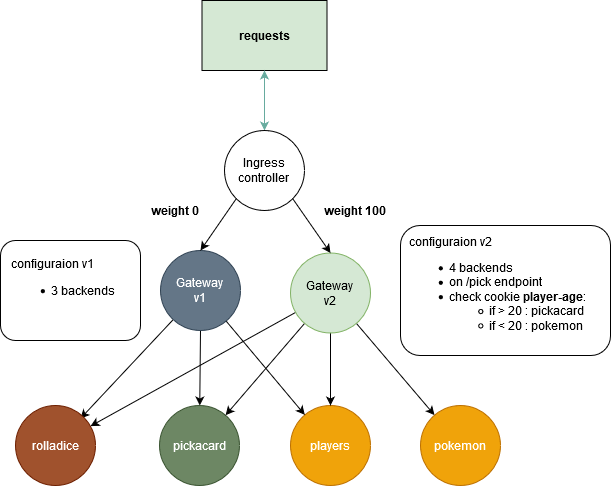
This is images/ab_testing.png from ericgarrigues/casino, a draw.io export, as it was before one commit. Source tidied: cells renumbered, new cells last; positions are measured from the earlier drawing's top-left corner, leaving out a move shared by most shapes. The source it was exported from:
```xml
<mxGraphModel>
  <root>
    <mxCell id="0" />
    <mxCell id="1" parent="0" />
    <mxCell id="2" style="edgeStyle=none;rounded=0;jettySize=auto;html=1;startArrow=none;startFill=0;endArrow=classic;endFill=1;" parent="1" edge="1" source="5">
      <mxGeometry relative="1" as="geometry">
        <mxPoint x="80" y="418" as="targetPoint" />
      </mxGeometry>
    </mxCell>
    <mxCell id="3" style="edgeStyle=none;rounded=0;jettySize=auto;html=1;startArrow=none;startFill=0;endArrow=classic;endFill=1;" parent="1" edge="1" source="5" target="10">
      <mxGeometry relative="1" as="geometry" />
    </mxCell>
    <mxCell id="4" style="edgeStyle=none;rounded=0;jettySize=auto;html=1;startArrow=none;startFill=0;endArrow=classic;endFill=1;" parent="1" edge="1" source="5" target="11">
      <mxGeometry relative="1" as="geometry" />
    </mxCell>
    <mxCell id="5" value="&lt;div&gt;Gateway &lt;br&gt;&lt;/div&gt;&lt;div&gt;v1&lt;/div&gt;" style="ellipse;whiteSpace=wrap;html=1;fontStyle=0;fillColor=#647687;strokeColor=#314354;fontColor=#ffffff;" parent="1" vertex="1">
      <mxGeometry x="160" y="250" width="80" height="80" as="geometry" />
    </mxCell>
    <mxCell id="6" value="requests" style="rounded=0;whiteSpace=wrap;html=1;fillColor=#d5e8d4;fontStyle=1;" parent="1" vertex="1">
      <mxGeometry x="201.5" width="125" height="70" as="geometry" />
    </mxCell>
    <mxCell id="7" style="endArrow=classic;html=1;startArrow=classic;startFill=1;fillColor=#cdeb8b;strokeColor=#67AB9F;" parent="1" edge="1" source="6" target="9">
      <mxGeometry relative="1" as="geometry" />
    </mxCell>
    <mxCell id="8" value="&lt;div&gt;rolladice&lt;/div&gt;" style="ellipse;whiteSpace=wrap;html=1;fillColor=#a0522d;strokeColor=#6D1F00;fontColor=#ffffff;" parent="1" vertex="1">
      <mxGeometry x="15" y="405" width="80" height="80" as="geometry" />
    </mxCell>
    <mxCell id="9" value="&lt;div&gt;Ingress&lt;/div&gt;&lt;div&gt;controller&lt;br&gt;&lt;/div&gt;" style="ellipse;whiteSpace=wrap;html=1;fontStyle=0;" parent="1" vertex="1">
      <mxGeometry x="224" y="130" width="80" height="80" as="geometry" />
    </mxCell>
    <mxCell id="10" value="pickacard" style="ellipse;whiteSpace=wrap;html=1;fillColor=#6d8764;strokeColor=#3A5431;fontColor=#ffffff;" parent="1" vertex="1">
      <mxGeometry x="159" y="405" width="80" height="80" as="geometry" />
    </mxCell>
    <mxCell id="11" value="&lt;div&gt;players&lt;/div&gt;" style="ellipse;whiteSpace=wrap;html=1;fillColor=#f0a30a;strokeColor=#BD7000;fontColor=#ffffff;" parent="1" vertex="1">
      <mxGeometry x="290" y="405" width="80" height="80" as="geometry" />
    </mxCell>
    <mxCell id="12" style="edgeStyle=none;rounded=0;jettySize=auto;html=1;startArrow=none;startFill=0;endArrow=classic;endFill=1;" parent="1" edge="1" source="16" target="11">
      <mxGeometry relative="1" as="geometry" />
    </mxCell>
    <mxCell id="13" style="edgeStyle=none;rounded=0;jettySize=auto;html=1;startArrow=none;startFill=0;endArrow=classic;endFill=1;" parent="1" edge="1" source="16" target="25">
      <mxGeometry relative="1" as="geometry" />
    </mxCell>
    <mxCell id="14" style="edgeStyle=none;rounded=0;jettySize=auto;html=1;startArrow=none;startFill=0;endArrow=classic;endFill=1;" parent="1" edge="1" source="16" target="8">
      <mxGeometry relative="1" as="geometry" />
    </mxCell>
    <mxCell id="15" style="edgeStyle=none;rounded=0;jettySize=auto;html=1;startArrow=none;startFill=0;endArrow=classic;endFill=1;" parent="1" edge="1" source="16" target="10">
      <mxGeometry relative="1" as="geometry" />
    </mxCell>
    <mxCell id="16" value="&lt;div&gt;Gateway &lt;br&gt;&lt;/div&gt;&lt;div&gt;v2&lt;/div&gt;" style="ellipse;whiteSpace=wrap;html=1;fontStyle=0;fillColor=#d5e8d4;strokeColor=#82b366;" parent="1" vertex="1">
      <mxGeometry x="290" y="252.5" width="80" height="80" as="geometry" />
    </mxCell>
    <mxCell id="17" style="endArrow=classic;html=1;exitX=0;exitY=1;exitDx=0;exitDy=0;entryX=0.5;entryY=0;entryDx=0;entryDy=0;" parent="1" edge="1" source="9" target="5">
      <mxGeometry relative="1" as="geometry" />
    </mxCell>
    <mxCell id="18" style="endArrow=classic;html=1;entryX=0.5;entryY=0;entryDx=0;entryDy=0;exitX=1;exitY=1;exitDx=0;exitDy=0;" parent="1" edge="1" source="9" target="16">
      <mxGeometry relative="1" as="geometry" />
    </mxCell>
    <mxCell id="19" value="&lt;div align=&quot;left&quot;&gt;&lt;br&gt;&lt;/div&gt;" style="rounded=1;whiteSpace=wrap;html=1;" parent="1" vertex="1">
      <mxGeometry y="240" width="140" height="100" as="geometry" />
    </mxCell>
    <mxCell id="20" value="&lt;div&gt;configuraion v1&lt;/div&gt;&lt;div&gt;&lt;ul&gt;&lt;li&gt;3 backends&lt;/li&gt;&lt;/ul&gt;&lt;/div&gt;" style="text;html=1;strokeColor=none;fillColor=none;align=left;verticalAlign=middle;whiteSpace=wrap;rounded=0;" parent="1" vertex="1">
      <mxGeometry x="8.5" y="240" width="123" height="85" as="geometry" />
    </mxCell>
    <mxCell id="21" value="&lt;div align=&quot;left&quot;&gt;&lt;br&gt;&lt;/div&gt;" style="rounded=1;whiteSpace=wrap;html=1;" parent="1" vertex="1">
      <mxGeometry x="400" y="225" width="210" height="130" as="geometry" />
    </mxCell>
    <mxCell id="22" value="&lt;div&gt;configuraion v2&lt;/div&gt;&lt;div&gt;&lt;ul&gt;&lt;li&gt;4 backends&lt;/li&gt;&lt;li&gt;on /pick endpoint&lt;br&gt;&lt;/li&gt;&lt;li&gt;check cookie &lt;b&gt;player-age&lt;/b&gt;:&lt;/li&gt;&lt;ul&gt;&lt;li&gt;if &amp;gt; 20 : pickacard&lt;/li&gt;&lt;li&gt;if &amp;lt; 20 : pokemon&lt;br&gt;&lt;/li&gt;&lt;/ul&gt;&lt;/ul&gt;&lt;/div&gt;" style="text;html=1;strokeColor=none;fillColor=none;align=left;verticalAlign=middle;whiteSpace=wrap;rounded=0;" parent="1" vertex="1">
      <mxGeometry x="407" y="232.5" width="193" height="112.5" as="geometry" />
    </mxCell>
    <mxCell id="23" value="weight 0" style="text;html=1;strokeColor=none;fillColor=none;align=center;verticalAlign=middle;whiteSpace=wrap;rounded=0;fontStyle=1;" parent="1" vertex="1">
      <mxGeometry x="140" y="200" width="70" height="20" as="geometry" />
    </mxCell>
    <mxCell id="24" value="weight 100" style="text;html=1;strokeColor=none;fillColor=none;align=center;verticalAlign=middle;whiteSpace=wrap;rounded=0;fontStyle=1;" parent="1" vertex="1">
      <mxGeometry x="320" y="200" width="70" height="20" as="geometry" />
    </mxCell>
    <mxCell id="25" value="pokemon" style="ellipse;whiteSpace=wrap;html=1;fillColor=#f0a30a;strokeColor=#BD7000;fontColor=#ffffff;" parent="1" vertex="1">
      <mxGeometry x="420" y="405" width="80" height="80" as="geometry" />
    </mxCell>
  </root>
</mxGraphModel>
```
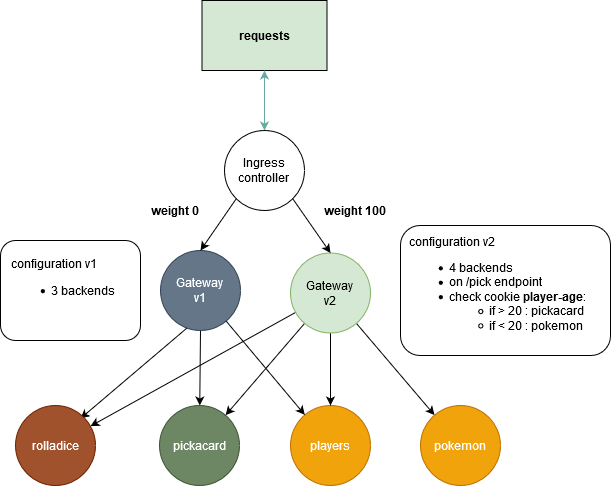
Above is the later version.

Change to the diagram source:
```diff
@@ -2,7 +2,7 @@
   <root>
     <mxCell id="0" />
     <mxCell id="1" parent="0" />
-    <mxCell id="2" style="edgeStyle=none;rounded=0;jettySize=auto;html=1;startArrow=none;startFill=0;endArrow=classic;endFill=1;" parent="1" edge="1" source="5">
+    <mxCell id="2" style="edgeStyle=none;rounded=0;jettySize=auto;html=1;exitX=0.338;exitY=0.963;exitDx=0;exitDy=0;startArrow=none;startFill=0;endArrow=classic;endFill=1;exitPerimeter=0;" parent="1" edge="1" source="5">
       <mxGeometry relative="1" as="geometry">
         <mxPoint x="80" y="418" as="targetPoint" />
       </mxGeometry>
@@ -58,13 +58,13 @@
     <mxCell id="19" value="&lt;div align=&quot;left&quot;&gt;&lt;br&gt;&lt;/div&gt;" style="rounded=1;whiteSpace=wrap;html=1;" parent="1" vertex="1">
       <mxGeometry y="240" width="140" height="100" as="geometry" />
     </mxCell>
-    <mxCell id="20" value="&lt;div&gt;configuraion v1&lt;/div&gt;&lt;div&gt;&lt;ul&gt;&lt;li&gt;3 backends&lt;/li&gt;&lt;/ul&gt;&lt;/div&gt;" style="text;html=1;strokeColor=none;fillColor=none;align=left;verticalAlign=middle;whiteSpace=wrap;rounded=0;" parent="1" vertex="1">
+    <mxCell id="20" value="&lt;div&gt;configuration v1&lt;/div&gt;&lt;div&gt;&lt;ul&gt;&lt;li&gt;3 backends&lt;/li&gt;&lt;/ul&gt;&lt;/div&gt;" style="text;html=1;strokeColor=none;fillColor=none;align=left;verticalAlign=middle;whiteSpace=wrap;rounded=0;" parent="1" vertex="1">
       <mxGeometry x="8.5" y="240" width="123" height="85" as="geometry" />
     </mxCell>
     <mxCell id="21" value="&lt;div align=&quot;left&quot;&gt;&lt;br&gt;&lt;/div&gt;" style="rounded=1;whiteSpace=wrap;html=1;" parent="1" vertex="1">
       <mxGeometry x="400" y="225" width="210" height="130" as="geometry" />
     </mxCell>
-    <mxCell id="22" value="&lt;div&gt;configuraion v2&lt;/div&gt;&lt;div&gt;&lt;ul&gt;&lt;li&gt;4 backends&lt;/li&gt;&lt;li&gt;on /pick endpoint&lt;br&gt;&lt;/li&gt;&lt;li&gt;check cookie &lt;b&gt;player-age&lt;/b&gt;:&lt;/li&gt;&lt;ul&gt;&lt;li&gt;if &amp;gt; 20 : pickacard&lt;/li&gt;&lt;li&gt;if &amp;lt; 20 : pokemon&lt;br&gt;&lt;/li&gt;&lt;/ul&gt;&lt;/ul&gt;&lt;/div&gt;" style="text;html=1;strokeColor=none;fillColor=none;align=left;verticalAlign=middle;whiteSpace=wrap;rounded=0;" parent="1" vertex="1">
+    <mxCell id="22" value="&lt;div&gt;configuration v2&lt;/div&gt;&lt;div&gt;&lt;ul&gt;&lt;li&gt;4 backends&lt;/li&gt;&lt;li&gt;on /pick endpoint&lt;br&gt;&lt;/li&gt;&lt;li&gt;check cookie &lt;b&gt;player-age&lt;/b&gt;:&lt;/li&gt;&lt;ul&gt;&lt;li&gt;if &amp;gt; 20 : pickacard&lt;/li&gt;&lt;li&gt;if &amp;lt; 20 : pokemon&lt;br&gt;&lt;/li&gt;&lt;/ul&gt;&lt;/ul&gt;&lt;/div&gt;" style="text;html=1;strokeColor=none;fillColor=none;align=left;verticalAlign=middle;whiteSpace=wrap;rounded=0;" parent="1" vertex="1">
       <mxGeometry x="407" y="232.5" width="193" height="112.5" as="geometry" />
     </mxCell>
     <mxCell id="23" value="weight 0" style="text;html=1;strokeColor=none;fillColor=none;align=center;verticalAlign=middle;whiteSpace=wrap;rounded=0;fontStyle=1;" parent="1" vertex="1">
```
